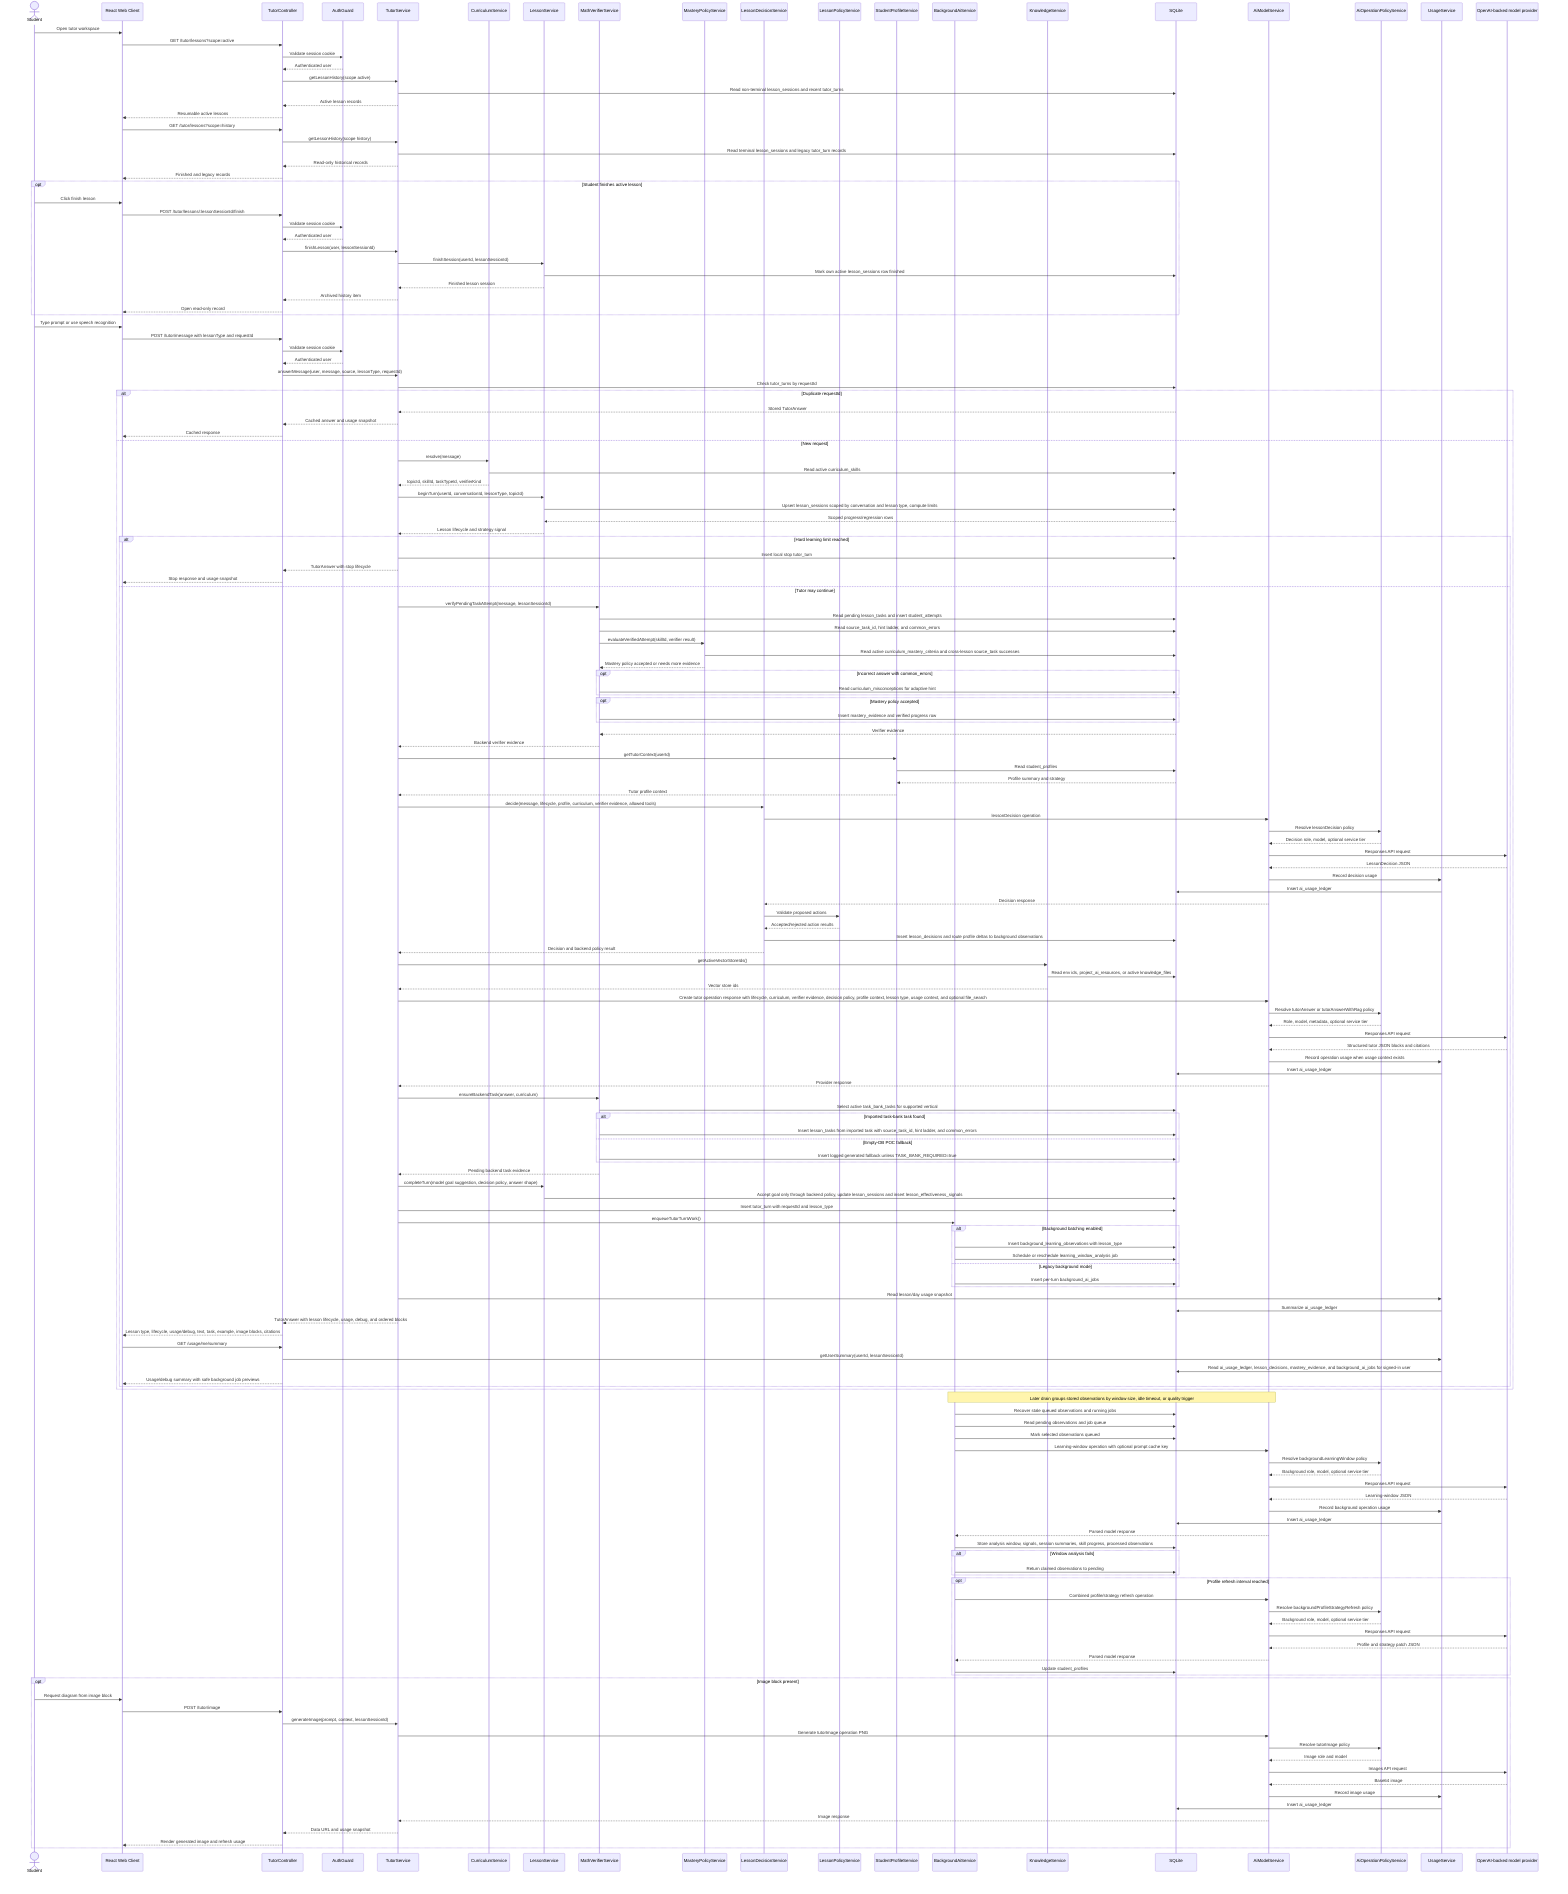
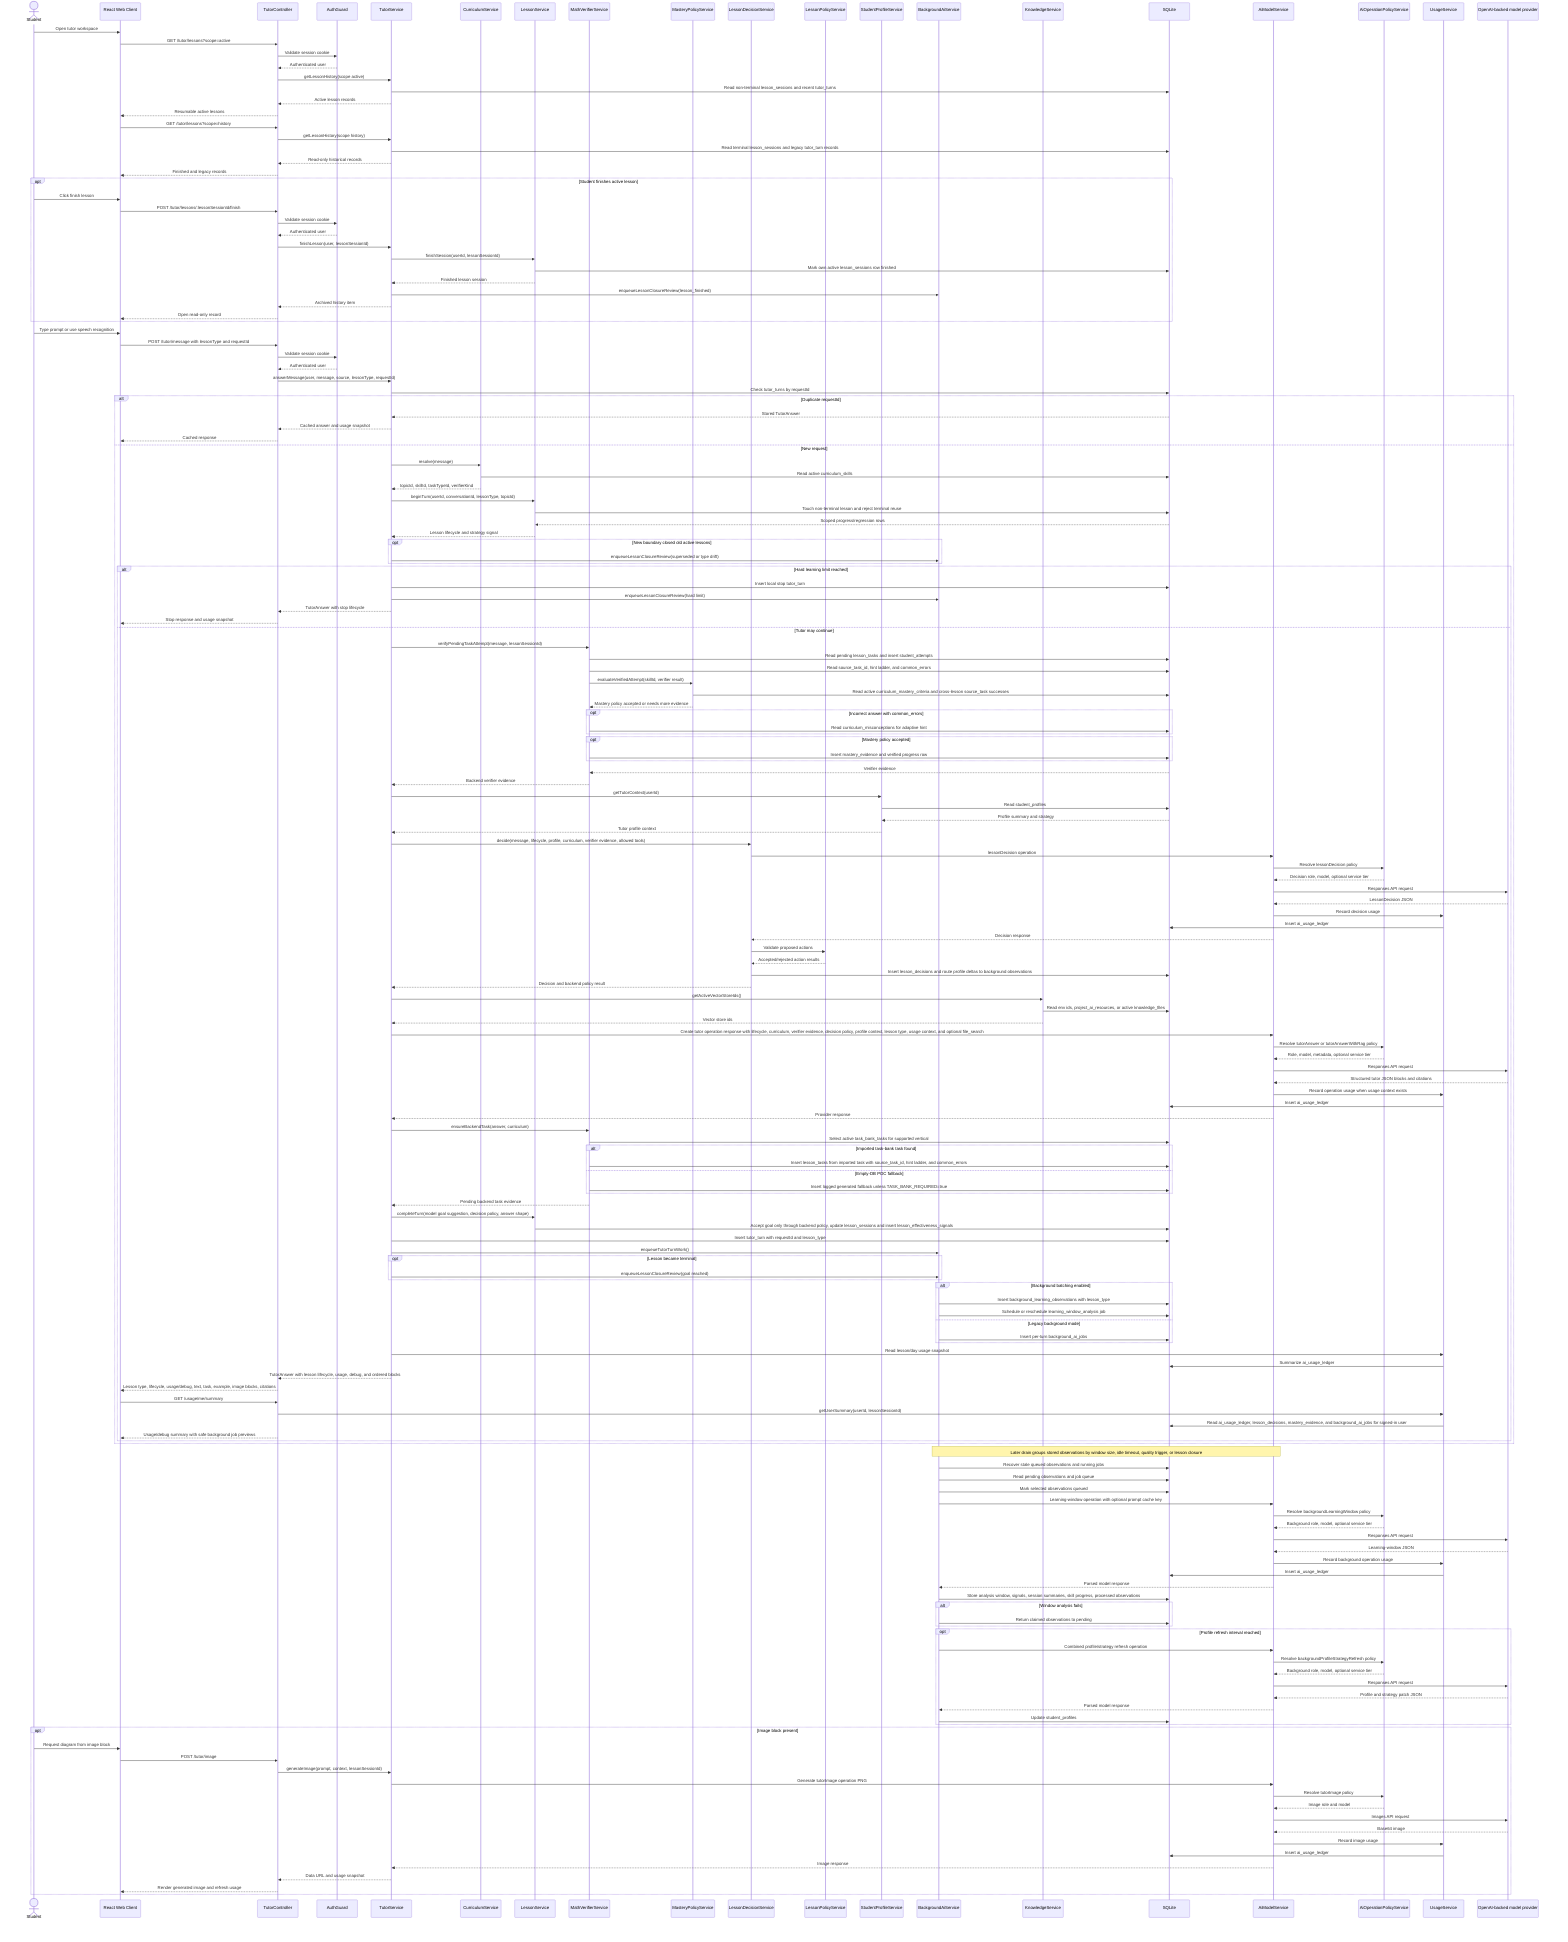
sequenceDiagram
  actor Student
  participant Web as React Web Client
  participant API as TutorController
  participant Auth as AuthGuard
  participant Tutor as TutorService
  participant Curriculum as CurriculumService
  participant Lesson as LessonService
  participant Verifier as MathVerifierService
  participant MasteryPolicy as MasteryPolicyService
  participant Decision as LessonDecisionService
  participant LessonPolicy as LessonPolicyService
  participant Profile as StudentProfileService
  participant Background as BackgroundAiService
  participant Knowledge as KnowledgeService
  participant DB as SQLite
  participant AIModel as AiModelService
  participant Policy as AiOperationPolicyService
  participant Usage as UsageService
  participant OpenAI as OpenAI-backed model provider

  Student->>Web: Open tutor workspace
  Web->>API: GET /tutor/lessons?scope=active
  API->>Auth: Validate session cookie
  Auth-->>API: Authenticated user
  API->>Tutor: getLessonHistory(scope active)
  Tutor->>DB: Read non-terminal lesson_sessions and recent tutor_turns
  Tutor-->>API: Active lesson records
  API-->>Web: Resumable active lessons
  Web->>API: GET /tutor/lessons?scope=history
  API->>Tutor: getLessonHistory(scope history)
  Tutor->>DB: Read terminal lesson_sessions and legacy tutor_turn records
  Tutor-->>API: Read-only historical records
  API-->>Web: Finished and legacy records
  opt Student finishes active lesson
    Student->>Web: Click finish lesson
    Web->>API: POST /tutor/lessons/:lessonSessionId/finish
    API->>Auth: Validate session cookie
    Auth-->>API: Authenticated user
    API->>Tutor: finishLesson(user, lessonSessionId)
    Tutor->>Lesson: finishSession(userId, lessonSessionId)
    Lesson->>DB: Mark own active lesson_sessions row finished
    Lesson-->>Tutor: Finished lesson session
+     Tutor->>Background: enqueueLessonClosureReview(lesson_finished)
    Tutor-->>API: Archived history item
    API-->>Web: Open read-only record
  end

  Student->>Web: Type prompt or use speech recognition
  Web->>API: POST /tutor/message with lessonType and requestId
  API->>Auth: Validate session cookie
  Auth-->>API: Authenticated user
  API->>Tutor: answerMessage(user, message, source, lessonType, requestId)
  Tutor->>DB: Check tutor_turns by requestId
  alt Duplicate requestId
    DB-->>Tutor: Stored TutorAnswer
    Tutor-->>API: Cached answer and usage snapshot
    API-->>Web: Cached response
  else New request
  Tutor->>Curriculum: resolve(message)
  Curriculum->>DB: Read active curriculum_skills
  Curriculum-->>Tutor: topicId, skillId, taskTypeId, verifierKind
  Tutor->>Lesson: beginTurn(userId, conversationId, lessonType, topicId)
-   Lesson->>DB: Upsert lesson_sessions scoped by conversation and lesson type, compute limits
+   Lesson->>DB: Touch non-terminal lesson and reject terminal reuse
  DB-->>Lesson: Scoped progress/regression rows
  Lesson-->>Tutor: Lesson lifecycle and strategy signal
+   opt New boundary closed old active lessons
+     Tutor->>Background: enqueueLessonClosureReview(superseded or type drift)
+   end
  alt Hard learning limit reached
    Tutor->>DB: Insert local stop tutor_turn
+     Tutor->>Background: enqueueLessonClosureReview(hard limit)
    Tutor-->>API: TutorAnswer with stop lifecycle
    API-->>Web: Stop response and usage snapshot
  else Tutor may continue
  Tutor->>Verifier: verifyPendingTaskAttempt(message, lessonSessionId)
  Verifier->>DB: Read pending lesson_tasks and insert student_attempts
  Verifier->>DB: Read source_task_id, hint ladder, and common_errors
  Verifier->>MasteryPolicy: evaluateVerifiedAttempt(skillId, verifier result)
  MasteryPolicy->>DB: Read active curriculum_mastery_criteria and cross-lesson source_task successes
  MasteryPolicy-->>Verifier: Mastery policy accepted or needs more evidence
  opt Incorrect answer with common_errors
    Verifier->>DB: Read curriculum_misconceptions for adaptive hint
  end
  opt Mastery policy accepted
    Verifier->>DB: Insert mastery_evidence and verified progress row
  end
  DB-->>Verifier: Verifier evidence
  Verifier-->>Tutor: Backend verifier evidence
  Tutor->>Profile: getTutorContext(userId)
  Profile->>DB: Read student_profiles
  DB-->>Profile: Profile summary and strategy
  Profile-->>Tutor: Tutor profile context
  Tutor->>Decision: decide(message, lifecycle, profile, curriculum, verifier evidence, allowed tools)
  Decision->>AIModel: lessonDecision operation
  AIModel->>Policy: Resolve lessonDecision policy
  Policy-->>AIModel: Decision role, model, optional service tier
  AIModel->>OpenAI: Responses API request
  OpenAI-->>AIModel: LessonDecision JSON
  AIModel->>Usage: Record decision usage
  Usage->>DB: Insert ai_usage_ledger
  AIModel-->>Decision: Decision response
  Decision->>LessonPolicy: Validate proposed actions
  LessonPolicy-->>Decision: Accepted/rejected action results
  Decision->>DB: Insert lesson_decisions and route profile deltas to background observations
  Decision-->>Tutor: Decision and backend policy result
  Tutor->>Knowledge: getActiveVectorStoreIds()
  Knowledge->>DB: Read env ids, project_ai_resources, or active knowledge_files
  Knowledge-->>Tutor: Vector store ids
  Tutor->>AIModel: Create tutor operation response with lifecycle, curriculum, verifier evidence, decision policy, profile context, lesson type, usage context, and optional file_search
  AIModel->>Policy: Resolve tutorAnswer or tutorAnswerWithRag policy
  Policy-->>AIModel: Role, model, metadata, optional service tier
  AIModel->>OpenAI: Responses API request
  OpenAI-->>AIModel: Structured tutor JSON blocks and citations
  AIModel->>Usage: Record operation usage when usage context exists
  Usage->>DB: Insert ai_usage_ledger
  AIModel-->>Tutor: Provider response
  Tutor->>Verifier: ensureBackendTask(answer, curriculum)
  Verifier->>DB: Select active task_bank_tasks for supported vertical
  alt Imported task-bank task found
    Verifier->>DB: Insert lesson_tasks from imported task with source_task_id, hint ladder, and common_errors
  else Empty-DB POC fallback
    Verifier->>DB: Insert logged generated fallback unless TASK_BANK_REQUIRED=true
  end
  Verifier-->>Tutor: Pending backend task evidence
  Tutor->>Lesson: completeTurn(model goal suggestion, decision policy, answer shape)
  Lesson->>DB: Accept goal only through backend policy, update lesson_sessions and insert lesson_effectiveness_signals
  Tutor->>DB: Insert tutor_turn with requestId and lesson_type
  Tutor->>Background: enqueueTutorTurnWork()
+   opt Lesson became terminal
+     Tutor->>Background: enqueueLessonClosureReview(goal reached)
+   end
  alt Background batching enabled
    Background->>DB: Insert background_learning_observations with lesson_type
    Background->>DB: Schedule or reschedule learning_window_analysis job
  else Legacy background mode
    Background->>DB: Insert per-turn background_ai_jobs
  end
  Tutor->>Usage: Read lesson/day usage snapshot
  Usage->>DB: Summarize ai_usage_ledger
  Tutor-->>API: TutorAnswer with lesson lifecycle, usage, debug, and ordered blocks
  API-->>Web: Lesson type, lifecycle, usage/debug, text, task, example, image blocks, citations
  Web->>API: GET /usage/me/summary
  API->>Usage: getUserSummary(userId, lessonSessionId)
  Usage->>DB: Read ai_usage_ledger, lesson_decisions, mastery_evidence, and background_ai_jobs for signed-in user
  API-->>Web: Usage/debug summary with safe background job previews
  end
  end
-   Note over Background,AIModel: Later drain groups stored observations by window size, idle timeout, or quality trigger
+   Note over Background,AIModel: Later drain groups stored observations by window size, idle timeout, quality trigger, or lesson closure
  Background->>DB: Recover stale queued observations and running jobs
  Background->>DB: Read pending observations and job queue
  Background->>DB: Mark selected observations queued
  Background->>AIModel: Learning-window operation with optional prompt cache key
  AIModel->>Policy: Resolve backgroundLearningWindow policy
  Policy-->>AIModel: Background role, model, optional service tier
  AIModel->>OpenAI: Responses API request
  OpenAI-->>AIModel: Learning-window JSON
  AIModel->>Usage: Record background operation usage
  Usage->>DB: Insert ai_usage_ledger
  AIModel-->>Background: Parsed model response
  Background->>DB: Store analysis window, signals, session summaries, skill progress, processed observations
  alt Window analysis fails
    Background->>DB: Return claimed observations to pending
  end
  opt Profile refresh interval reached
    Background->>AIModel: Combined profile/strategy refresh operation
    AIModel->>Policy: Resolve backgroundProfileStrategyRefresh policy
    Policy-->>AIModel: Background role, model, optional service tier
    AIModel->>OpenAI: Responses API request
    OpenAI-->>AIModel: Profile and strategy patch JSON
    AIModel-->>Background: Parsed model response
    Background->>DB: Update student_profiles
  end
  opt Image block present
    Student->>Web: Request diagram from image block
    Web->>API: POST /tutor/image
    API->>Tutor: generateImage(prompt, context, lessonSessionId)
    Tutor->>AIModel: Generate tutorImage operation PNG
    AIModel->>Policy: Resolve tutorImage policy
    Policy-->>AIModel: Image role and model
    AIModel->>OpenAI: Images API request
    OpenAI-->>AIModel: Base64 image
    AIModel->>Usage: Record image usage
    Usage->>DB: Insert ai_usage_ledger
    AIModel-->>Tutor: Image response
    Tutor-->>API: Data URL and usage snapshot
    API-->>Web: Render generated image and refresh usage
  end
